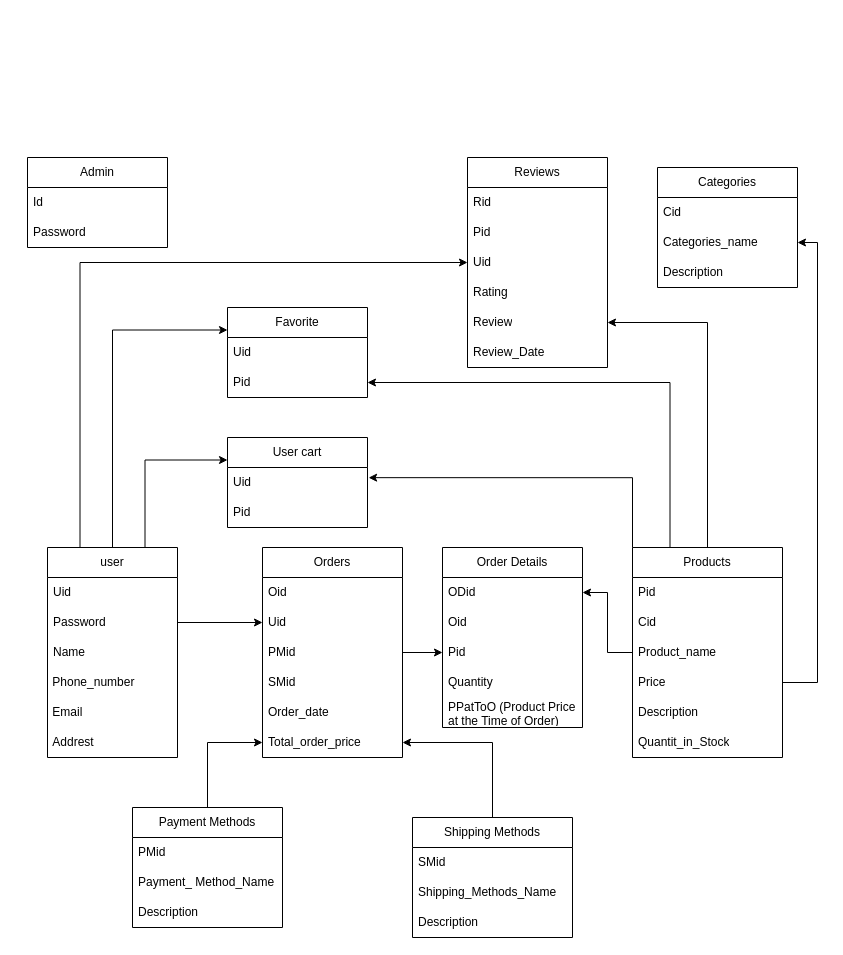
Above: page "database" (1 of 5) of diagrams/Diagrams.drawio in ZanhhTrann/DALN_WEB_LARAVEL (draw.io), before the change. Source tidied: cells renumbered, new cells numbered last; positions are measured from the earlier drawing's top-left corner, leaving out a move shared by most shapes. Both pictures are drawn from the tidied source at 100%, with x=0, y=0 at pixel (27, 157).
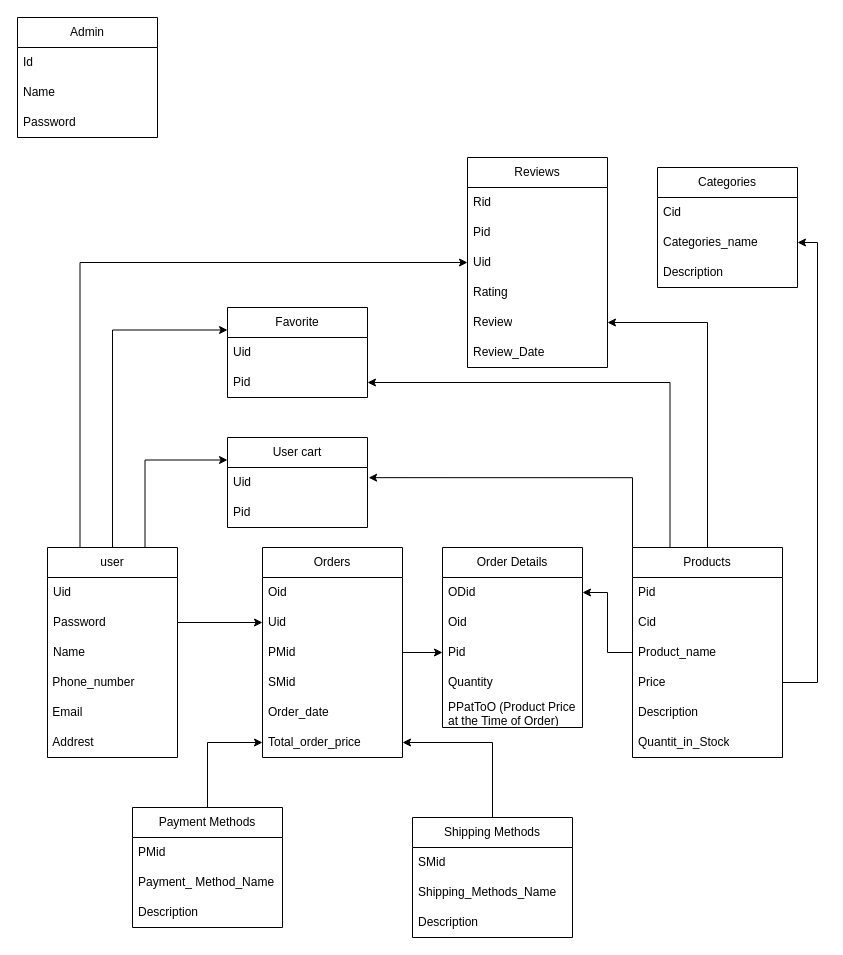
The same page after the edit.

Commit message:
Cập nhật Diagrams.drawio

What changed in the source:
```diff
@@
     <mxCell id="56" value="Admin" style="swimlane;fontStyle=0;horizontal=1;startSize=30;whiteSpace=wrap;html=1;" parent="1" vertex="1">
-      <mxGeometry width="140" height="90" as="geometry" />
+      <mxGeometry x="-10" y="-140" width="140" height="120" as="geometry" />
     </mxCell>
@@
+    <mxCell id="69" value="Name" style="text;strokeColor=none;fillColor=none;align=left;verticalAlign=middle;spacingLeft=4;spacingRight=4;overflow=hidden;whiteSpace=wrap;html=1;" parent="56" vertex="1">
+      <mxGeometry y="60" width="140" height="30" as="geometry" />
+    </mxCell>
     <mxCell id="58" value="Password" style="text;strokeColor=none;fillColor=none;align=left;verticalAlign=middle;spacingLeft=4;spacingRight=4;overflow=hidden;whiteSpace=wrap;html=1;" parent="56" vertex="1">
-      <mxGeometry y="60" width="140" height="30" as="geometry" />
+      <mxGeometry y="90" width="140" height="30" as="geometry" />
     </mxCell>
```
